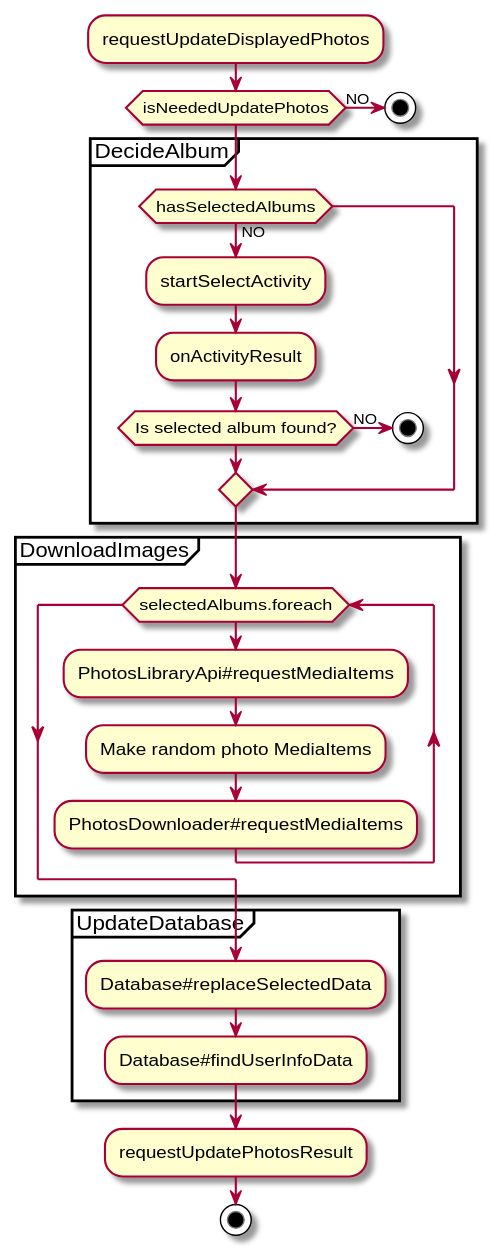
This is uml/main/activity_diagram_main_bk.svg from sallyluenoa/PhotoSlideShow, a PlantUML export, as it was before one commit. Its diagram source:
```plantuml
@startuml
:requestUpdateDisplayedPhotos;

if (isNeededUpdatePhotos) then (NO)
  stop
endif

partition DecideAlbum {
  if (hasSelectedAlbums) then (NO)
    :startSelectActivity;
    :onActivityResult;

    if (Is selected album found?) then (NO)
      stop
    endif
  endif
}

partition DownloadImages {
  while (selectedAlbums.foreach)
    :PhotosLibraryApi#requestMediaItems;
    :Make random photo MediaItems;
    :PhotosDownloader#requestMediaItems;
  end while
}

partition UpdateDatabase {
  :Database#replaceSelectedData;
  :Database#findUserInfoData;
}

:requestUpdatePhotosResult;
stop
@enduml
```
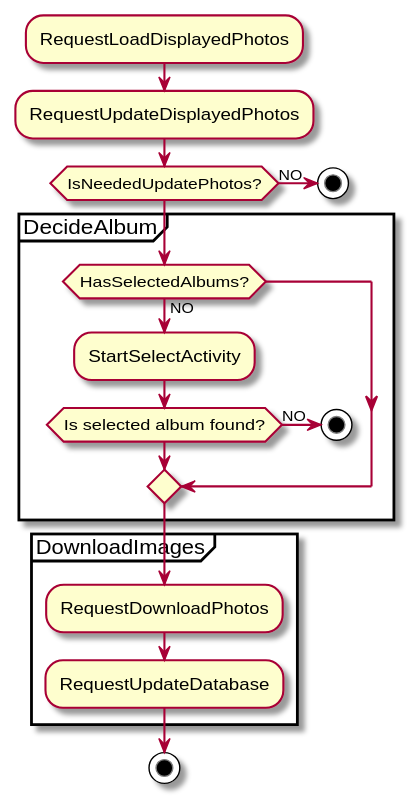
After the commit.

Change to the diagram source:
```diff
@@ -1,14 +1,14 @@
 @startuml
-:requestUpdateDisplayedPhotos;
+:RequestLoadDisplayedPhotos;
+:RequestUpdateDisplayedPhotos;
 
-if (isNeededUpdatePhotos) then (NO)
+if (IsNeededUpdatePhotos?) then (NO)
   stop
 endif
 
 partition DecideAlbum {
-  if (hasSelectedAlbums) then (NO)
-    :startSelectActivity;
-    :onActivityResult;
+  if (HasSelectedAlbums?) then (NO)
+    :StartSelectActivity;
 
     if (Is selected album found?) then (NO)
       stop
@@ -17,18 +17,9 @@
 }
 
 partition DownloadImages {
-  while (selectedAlbums.foreach)
-    :PhotosLibraryApi#requestMediaItems;
-    :Make random photo MediaItems;
-    :PhotosDownloader#requestMediaItems;
-  end while
+  :RequestDownloadPhotos;
+  :RequestUpdateDatabase;
 }
 
-partition UpdateDatabase {
-  :Database#replaceSelectedData;
-  :Database#findUserInfoData;
-}
-
-:requestUpdatePhotosResult;
 stop
 @enduml
```
